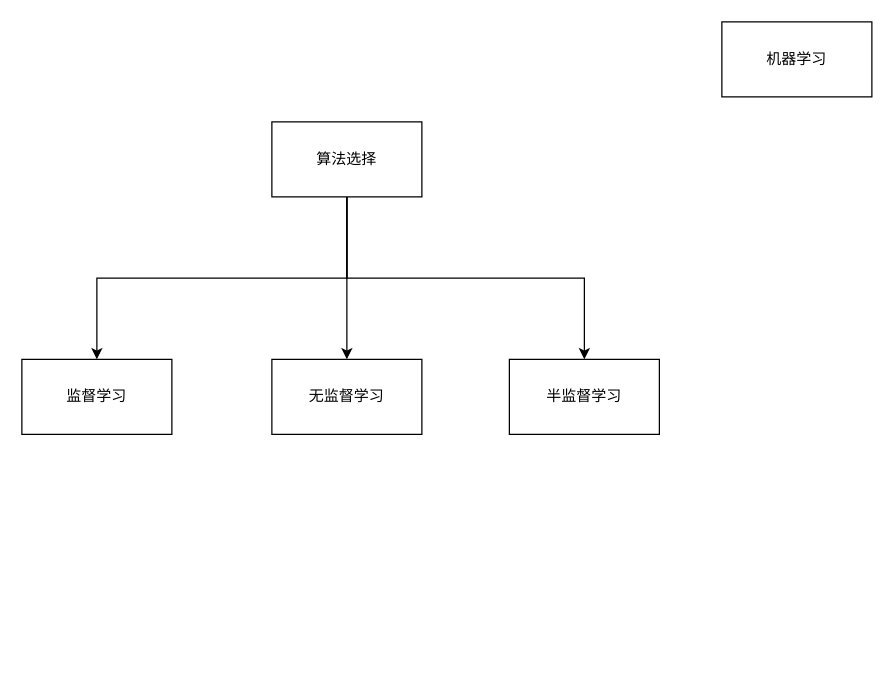
Before: 凡人机器学习.drawio in Exercises/cocos, a draw.io diagram. Source tidied: cells renumbered, new cells numbered last; positions are measured from the earlier drawing's top-left corner, leaving out a move shared by most shapes. Both pictures are drawn from the tidied source at 125%, with x=0, y=0 at pixel (21, 21).
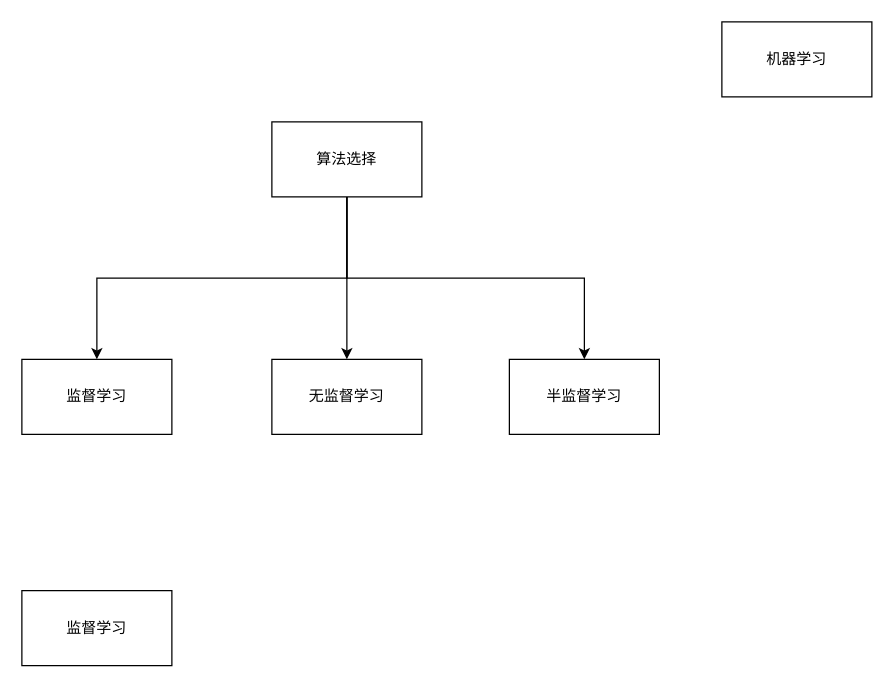
After the change.

Commit message:
Update 凡人机器学习.drawio

The edit, as a diff of the source:
```diff
@@
 <mxGraphModel>
   <root>
     <mxCell id="0" />
     <mxCell id="1" parent="0" />
     <mxCell id="2" value="机器学习" style="rounded=0;whiteSpace=wrap;html=1;" parent="1" vertex="1">
       <mxGeometry x="560" width="120" height="60" as="geometry" />
     </mxCell>
     <mxCell id="3" style="edgeStyle=orthogonalEdgeStyle;rounded=0;jettySize=auto;html=1;exitX=0.5;exitY=1;exitDx=0;exitDy=0;" parent="1" edge="1" source="6" target="7">
       <mxGeometry relative="1" as="geometry" />
     </mxCell>
     <mxCell id="4" style="edgeStyle=orthogonalEdgeStyle;rounded=0;jettySize=auto;html=1;" parent="1" edge="1" source="6" target="8">
       <mxGeometry relative="1" as="geometry" />
     </mxCell>
     <mxCell id="5" style="edgeStyle=orthogonalEdgeStyle;rounded=0;jettySize=auto;html=1;exitX=0.5;exitY=1;exitDx=0;exitDy=0;" parent="1" edge="1" source="6" target="9">
       <mxGeometry relative="1" as="geometry" />
     </mxCell>
     <mxCell id="6" value="算法选择" style="rounded=0;whiteSpace=wrap;html=1;" parent="1" vertex="1">
       <mxGeometry x="200" y="80" width="120" height="60" as="geometry" />
     </mxCell>
     <mxCell id="7" value="监督学习" style="rounded=0;whiteSpace=wrap;html=1;" parent="1" vertex="1">
       <mxGeometry y="270" width="120" height="60" as="geometry" />
     </mxCell>
     <mxCell id="8" value="无监督学习" style="rounded=0;whiteSpace=wrap;html=1;" parent="1" vertex="1">
       <mxGeometry x="200" y="270" width="120" height="60" as="geometry" />
     </mxCell>
     <mxCell id="9" value="半监督学习" style="rounded=0;whiteSpace=wrap;html=1;" parent="1" vertex="1">
       <mxGeometry x="390" y="270" width="120" height="60" as="geometry" />
     </mxCell>
+    <mxCell id="10" value="监督学习" style="rounded=0;whiteSpace=wrap;html=1;" parent="1" vertex="1">
+      <mxGeometry y="455" width="120" height="60" as="geometry" />
+    </mxCell>
   </root>
 </mxGraphModel>
```
